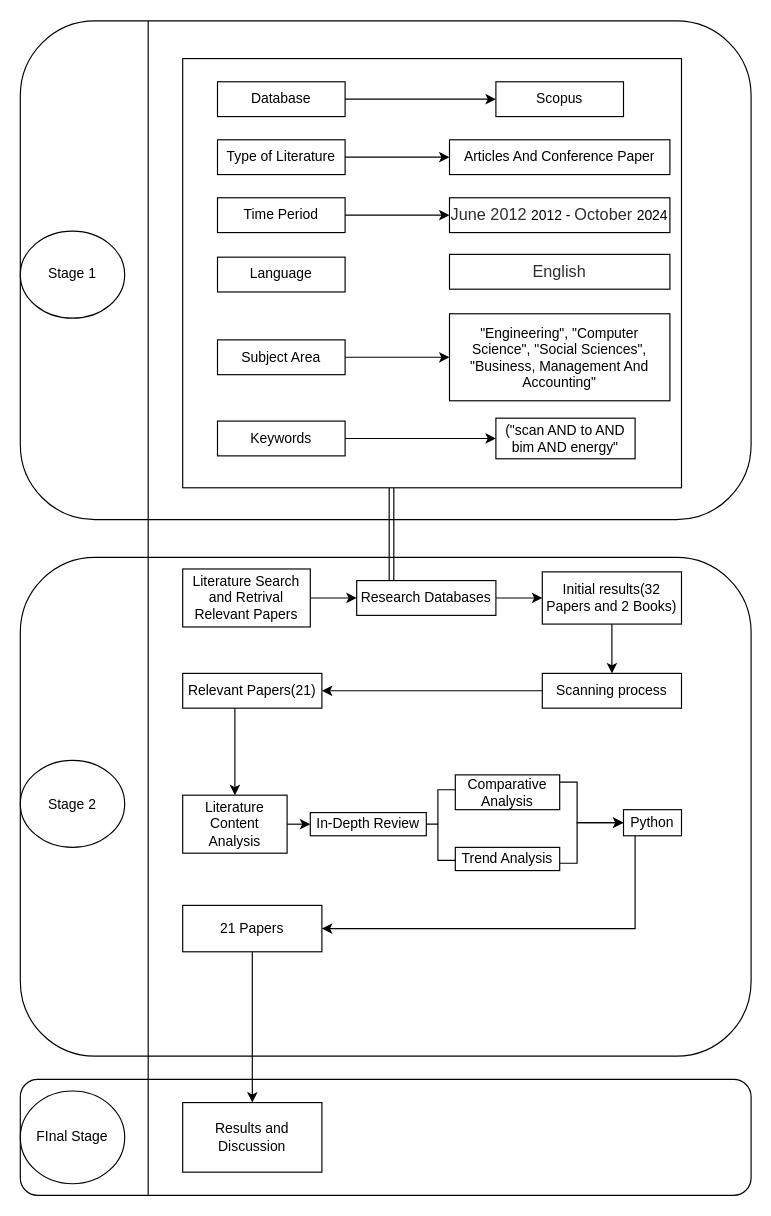
Above: page "Page-3" (3 of 6) of methodology.drawio in JeanViaunel/chickenKawa-v1 (draw.io), before the change. Source tidied: cells renumbered, new cells numbered last; positions are measured from the earlier drawing's top-left corner, leaving out a move shared by most shapes. Both pictures are drawn from the tidied source at 116%, with x=0, y=0 at pixel (20, 21).
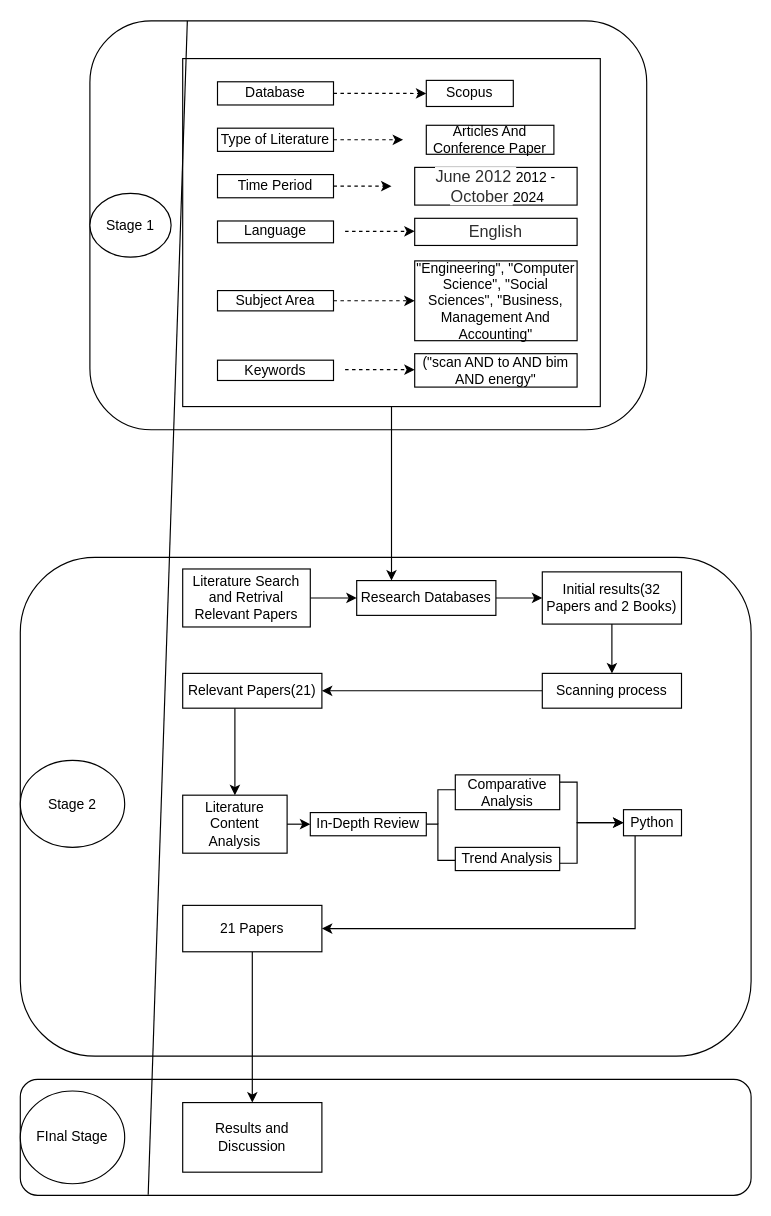
After the change.

The change refers to these unchanged cells:
```xml
<mxCell id="25" value="Research Databases" style="whiteSpace=wrap;html=1;rounded=0;" parent="1" vertex="1">
  <mxGeometry x="290" y="482" width="120" height="30" as="geometry" />
</mxCell>
```

What changed in the source:
```diff
@@
     <mxCell id="4" style="rounded=1;whiteSpace=wrap;html=1;" parent="1" vertex="1">
-      <mxGeometry y="-0.5" width="630" height="430" as="geometry" />
+      <mxGeometry x="60" y="-0.5" width="480" height="352.5" as="geometry" />
     </mxCell>
-    <mxCell id="5" style="edgeStyle=orthogonalEdgeStyle;rounded=0;jettySize=auto;html=1;curved=1;shape=link;" parent="1" edge="1" source="6" target="25">
+    <mxCell id="5" style="edgeStyle=orthogonalEdgeStyle;rounded=0;jettySize=auto;html=1;curved=1;" parent="1" edge="1" source="6" target="25">
       <mxGeometry relative="1" as="geometry">
         <Array as="points">
           <mxPoint x="320" y="412" />
           <mxPoint x="320" y="412" />
         </Array>
       </mxGeometry>
     </mxCell>
     <mxCell id="6" style="rounded=0;whiteSpace=wrap;html=1;" parent="1" vertex="1">
-      <mxGeometry x="140" y="32" width="430" height="370" as="geometry" />
+      <mxGeometry x="140" y="32" width="360" height="300" as="geometry" />
     </mxCell>
-    <mxCell id="7" style="edgeStyle=orthogonalEdgeStyle;rounded=0;jettySize=auto;html=1;" parent="1" edge="1" source="8" target="20">
+    <mxCell id="7" style="edgeStyle=orthogonalEdgeStyle;rounded=0;jettySize=auto;html=1;dashed=1;" parent="1" edge="1" source="8" target="20">
       <mxGeometry relative="1" as="geometry" />
     </mxCell>
     <mxCell id="8" value="Database" style="rounded=0;whiteSpace=wrap;html=1;" parent="1" vertex="1">
-      <mxGeometry x="170" y="52" width="110" height="30" as="geometry" />
+      <mxGeometry x="170" y="52" width="100" height="20" as="geometry" />
     </mxCell>
-    <mxCell id="9" style="edgeStyle=orthogonalEdgeStyle;rounded=0;jettySize=auto;html=1;" parent="1" edge="1" source="10" target="21">
-      <mxGeometry relative="1" as="geometry" />
+    <mxCell id="9" style="edgeStyle=orthogonalEdgeStyle;rounded=0;jettySize=auto;html=1;dashed=1;" parent="1" edge="1" source="10">
+      <mxGeometry relative="1" as="geometry">
+        <mxPoint x="330" y="102" as="targetPoint" />
+      </mxGeometry>
     </mxCell>
     <mxCell id="10" value="Type of Literature" style="rounded=0;whiteSpace=wrap;html=1;" parent="1" vertex="1">
-      <mxGeometry x="170" y="102" width="110" height="30" as="geometry" />
+      <mxGeometry x="170" y="92" width="100" height="20" as="geometry" />
     </mxCell>
-    <mxCell id="11" style="edgeStyle=orthogonalEdgeStyle;rounded=0;jettySize=auto;html=1;" parent="1" edge="1" source="12" target="22">
-      <mxGeometry relative="1" as="geometry" />
+    <mxCell id="11" style="edgeStyle=orthogonalEdgeStyle;rounded=0;jettySize=auto;html=1;dashed=1;" parent="1" edge="1" source="12">
+      <mxGeometry relative="1" as="geometry">
+        <mxPoint x="320" y="142" as="targetPoint" />
+      </mxGeometry>
     </mxCell>
     <mxCell id="12" value="Time Period" style="rounded=0;whiteSpace=wrap;html=1;" parent="1" vertex="1">
-      <mxGeometry x="170" y="152" width="110" height="30" as="geometry" />
+      <mxGeometry x="170" y="132" width="100" height="20" as="geometry" />
     </mxCell>
     <mxCell id="13" value="Language" style="rounded=0;whiteSpace=wrap;html=1;" parent="1" vertex="1">
-      <mxGeometry x="170" y="203.2" width="110" height="30" as="geometry" />
+      <mxGeometry x="170" y="172" width="100" height="18.8" as="geometry" />
     </mxCell>
-    <mxCell id="14" style="edgeStyle=orthogonalEdgeStyle;rounded=0;jettySize=auto;html=1;" parent="1" edge="1" source="15" target="19">
-      <mxGeometry relative="1" as="geometry" />
-    </mxCell>
     <mxCell id="15" value="Subject Area" style="rounded=0;whiteSpace=wrap;html=1;" parent="1" vertex="1">
-      <mxGeometry x="170" y="274.5" width="110" height="30" as="geometry" />
+      <mxGeometry x="170" y="232" width="100" height="17.5" as="geometry" />
     </mxCell>
-    <mxCell id="16" style="edgeStyle=orthogonalEdgeStyle;rounded=0;jettySize=auto;html=1;" parent="1" edge="1" source="17" target="18">
-      <mxGeometry relative="1" as="geometry" />
-    </mxCell>
     <mxCell id="17" value="Keywords" style="rounded=0;whiteSpace=wrap;html=1;" parent="1" vertex="1">
-      <mxGeometry x="170" y="344.5" width="110" height="30" as="geometry" />
+      <mxGeometry x="170" y="292" width="100" height="17.5" as="geometry" />
     </mxCell>
     <mxCell id="18" value="(&quot;scan AND to AND bim AND energy&quot;" style="whiteSpace=wrap;html=1;rounded=0;" parent="1" vertex="1">
-      <mxGeometry x="410" y="342" width="120" height="35" as="geometry" />
+      <mxGeometry x="340" y="286.4" width="140" height="28.8" as="geometry" />
     </mxCell>
     <mxCell id="19" value="&quot;Engineering&quot;, &quot;Computer Science&quot;, &quot;Social Sciences&quot;, &quot;Business, Management And Accounting&quot;" style="whiteSpace=wrap;html=1;rounded=0;" parent="1" vertex="1">
-      <mxGeometry x="370" y="252" width="190" height="75" as="geometry" />
+      <mxGeometry x="340" y="206.4" width="140" height="68.8" as="geometry" />
     </mxCell>
     <mxCell id="20" value="Scopus" style="rounded=0;whiteSpace=wrap;html=1;" parent="1" vertex="1">
-      <mxGeometry x="410" y="52" width="110" height="30" as="geometry" />
+      <mxGeometry x="350" y="50.8" width="75" height="22.5" as="geometry" />
     </mxCell>
     <mxCell id="21" value="Articles And Conference Paper" style="rounded=0;whiteSpace=wrap;html=1;" parent="1" vertex="1">
-      <mxGeometry x="370" y="102" width="190" height="30" as="geometry" />
+      <mxGeometry x="350" y="89.5" width="110" height="25" as="geometry" />
     </mxCell>
     <mxCell id="22" value="&lt;span style=&quot;color: rgb(46, 46, 46); font-family: elsevier-sans, arial, helvetica, &amp;quot;lucida sans unicode&amp;quot;, &amp;quot;microsoft sans serif&amp;quot;, &amp;quot;segoe ui symbol&amp;quot;, stixgeneral, &amp;quot;cambria math&amp;quot;, &amp;quot;arial unicode ms&amp;quot;, sans-serif; font-size: 14px; text-align: start; background-color: rgb(255, 255, 255);&quot;&gt;June 2012&amp;nbsp;&lt;/span&gt;2012 -&amp;nbsp;&lt;span style=&quot;color: rgb(46, 46, 46); font-family: elsevier-sans, arial, helvetica, &amp;quot;lucida sans unicode&amp;quot;, &amp;quot;microsoft sans serif&amp;quot;, &amp;quot;segoe ui symbol&amp;quot;, stixgeneral, &amp;quot;cambria math&amp;quot;, &amp;quot;arial unicode ms&amp;quot;, sans-serif; font-size: 14px; text-align: start; background-color: rgb(255, 255, 255);&quot;&gt;October &lt;/span&gt;2024" style="rounded=0;whiteSpace=wrap;html=1;" parent="1" vertex="1">
-      <mxGeometry x="370" y="152" width="190" height="30" as="geometry" />
+      <mxGeometry x="340" y="125.8" width="140" height="32.5" as="geometry" />
     </mxCell>
     <mxCell id="23" value="&lt;div style=&quot;text-align: start;&quot;&gt;&lt;font face=&quot;elsevier-sans, arial, helvetica, lucida sans unicode, microsoft sans serif, segoe ui symbol, stixgeneral, cambria math, arial unicode ms, sans-serif&quot; color=&quot;#2e2e2e&quot;&gt;&lt;span style=&quot;font-size: 14px; background-color: rgb(255, 255, 255);&quot;&gt;English&lt;/span&gt;&lt;/font&gt;&lt;/div&gt;" style="rounded=0;whiteSpace=wrap;html=1;" parent="1" vertex="1">
-      <mxGeometry x="370" y="200.8" width="190" height="30" as="geometry" />
+      <mxGeometry x="340" y="169.7" width="140" height="23.4" as="geometry" />
     </mxCell>
@@
     <mxCell id="49" value="Stage 1" style="ellipse;whiteSpace=wrap;html=1;" parent="1" vertex="1">
-      <mxGeometry y="180.8" width="90" height="75" as="geometry" />
+      <mxGeometry x="60" y="148.2" width="70" height="55" as="geometry" />
     </mxCell>
@@
+    <mxCell id="53" style="edgeStyle=orthogonalEdgeStyle;rounded=0;orthogonalLoop=1;jettySize=auto;html=1;dashed=1;" parent="1" edge="1">
+      <mxGeometry relative="1" as="geometry">
+        <mxPoint x="280" y="180.9" as="sourcePoint" />
+        <mxPoint x="340" y="180.9" as="targetPoint" />
+      </mxGeometry>
+    </mxCell>
+    <mxCell id="14" style="edgeStyle=orthogonalEdgeStyle;rounded=0;jettySize=auto;html=1;dashed=1;exitX=1;exitY=0.5;exitDx=0;exitDy=0;entryX=0;entryY=0.5;entryDx=0;entryDy=0;" parent="1" edge="1" source="15" target="19">
+      <mxGeometry relative="1" as="geometry" />
+    </mxCell>
+    <mxCell id="54" style="edgeStyle=orthogonalEdgeStyle;rounded=0;orthogonalLoop=1;jettySize=auto;html=1;dashed=1;" parent="1" edge="1">
+      <mxGeometry relative="1" as="geometry">
+        <mxPoint x="280" y="300.2" as="sourcePoint" />
+        <mxPoint x="340" y="300.2" as="targetPoint" />
+      </mxGeometry>
+    </mxCell>
```
